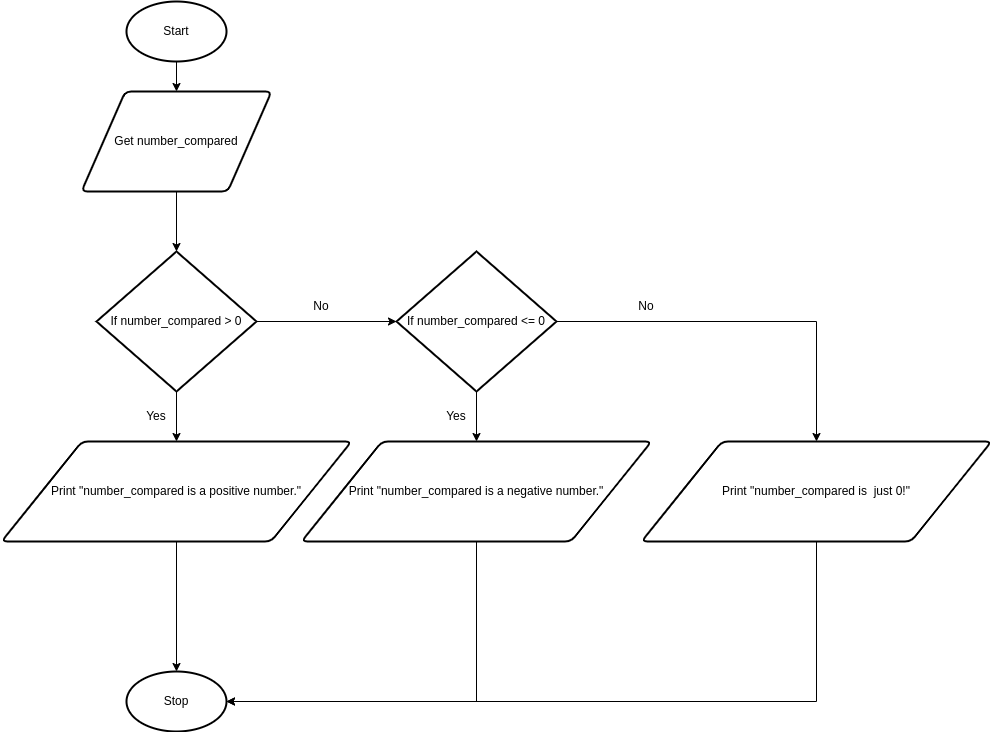
Earlier version of the draw.io export design.number_compared.flowchart.png (Yiyun-Qin/ICS3U-Unit3-04-Python). Source tidied: cells renumbered, new cells last; positions are measured from the earlier drawing's top-left corner, leaving out a move shared by most shapes.
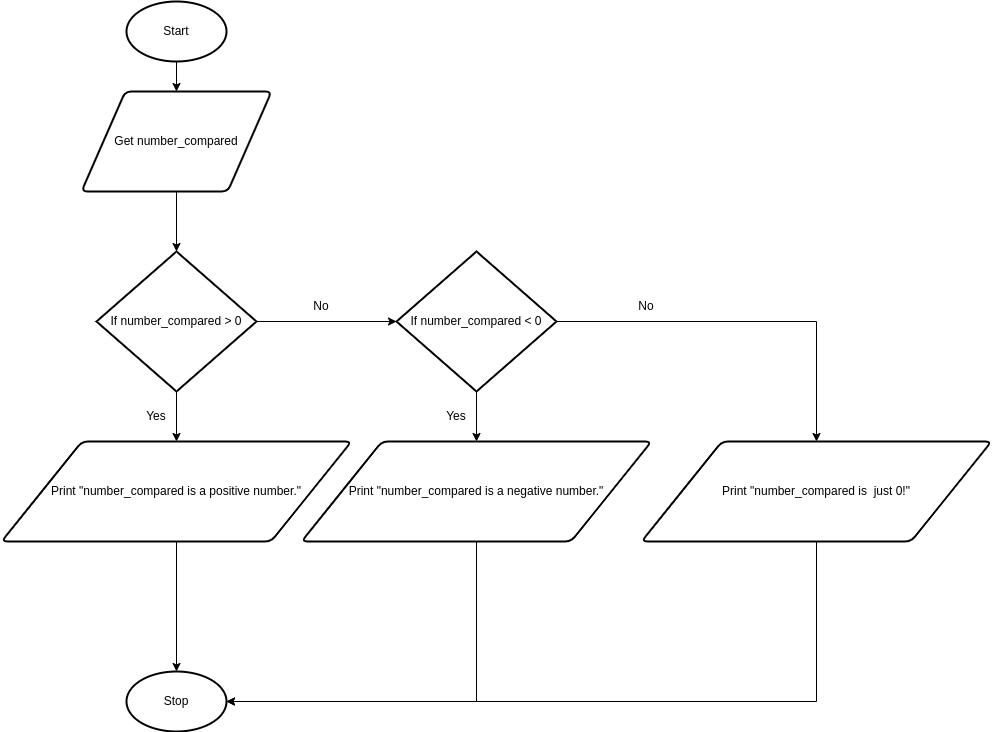
After the change.

What changed in the source:
```diff
@@ -43,7 +43,7 @@
     <mxCell id="14" style="edgeStyle=orthogonalEdgeStyle;rounded=0;html=1;exitX=1;exitY=0.5;exitDx=0;exitDy=0;exitPerimeter=0;entryX=0.5;entryY=0;entryDx=0;entryDy=0;strokeColor=default;" parent="1" edge="1" source="15" target="23">
       <mxGeometry relative="1" as="geometry" />
     </mxCell>
-    <mxCell id="15" value="If number_compared &amp;lt;= 0" style="strokeWidth=2;html=1;shape=mxgraph.flowchart.decision;whiteSpace=wrap;" parent="1" vertex="1">
+    <mxCell id="15" value="If number_compared &amp;lt; 0" style="strokeWidth=2;html=1;shape=mxgraph.flowchart.decision;whiteSpace=wrap;" parent="1" vertex="1">
       <mxGeometry x="395" y="250" width="160" height="140" as="geometry" />
     </mxCell>
     <mxCell id="16" value="Yes" style="text;html=1;strokeColor=none;fillColor=none;align=center;verticalAlign=middle;whiteSpace=wrap;rounded=0;" parent="1" vertex="1">
```
